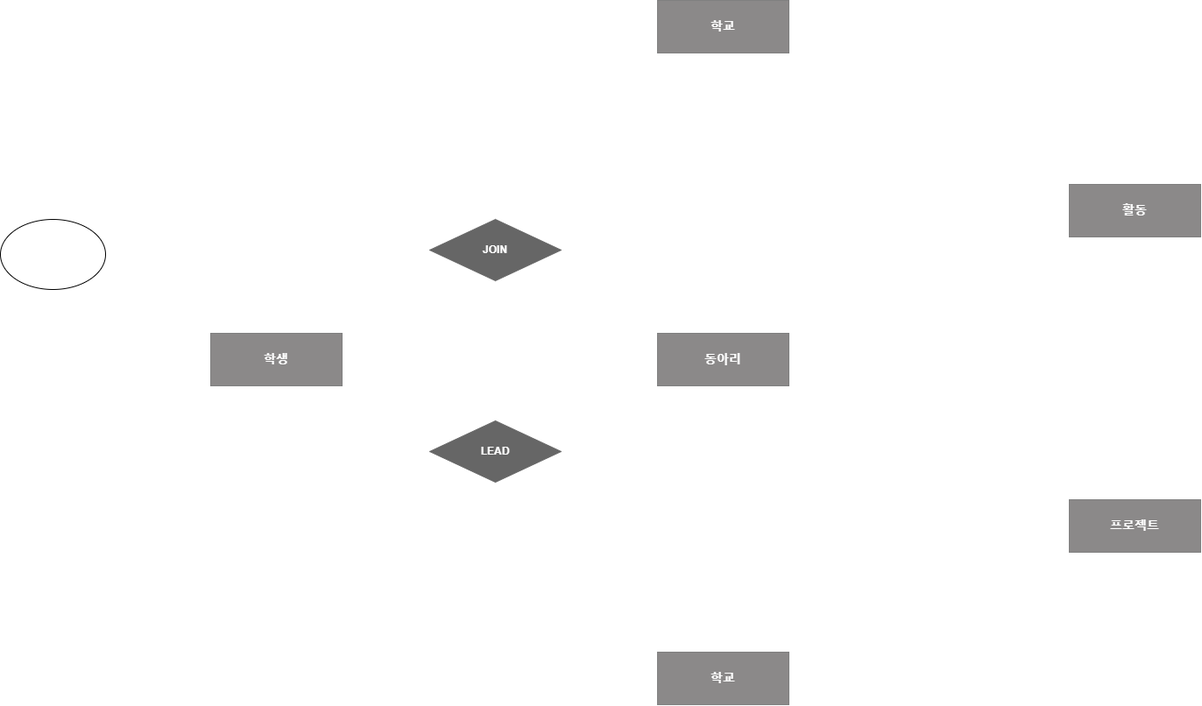
Before: E-R diagram.drawio.png, a diagram exported from draw.io (leekwanhak/UniversityClub_Database). Source tidied: cells renumbered, new cells last; positions are measured from the earlier drawing's top-left corner, leaving out a move shared by most shapes.
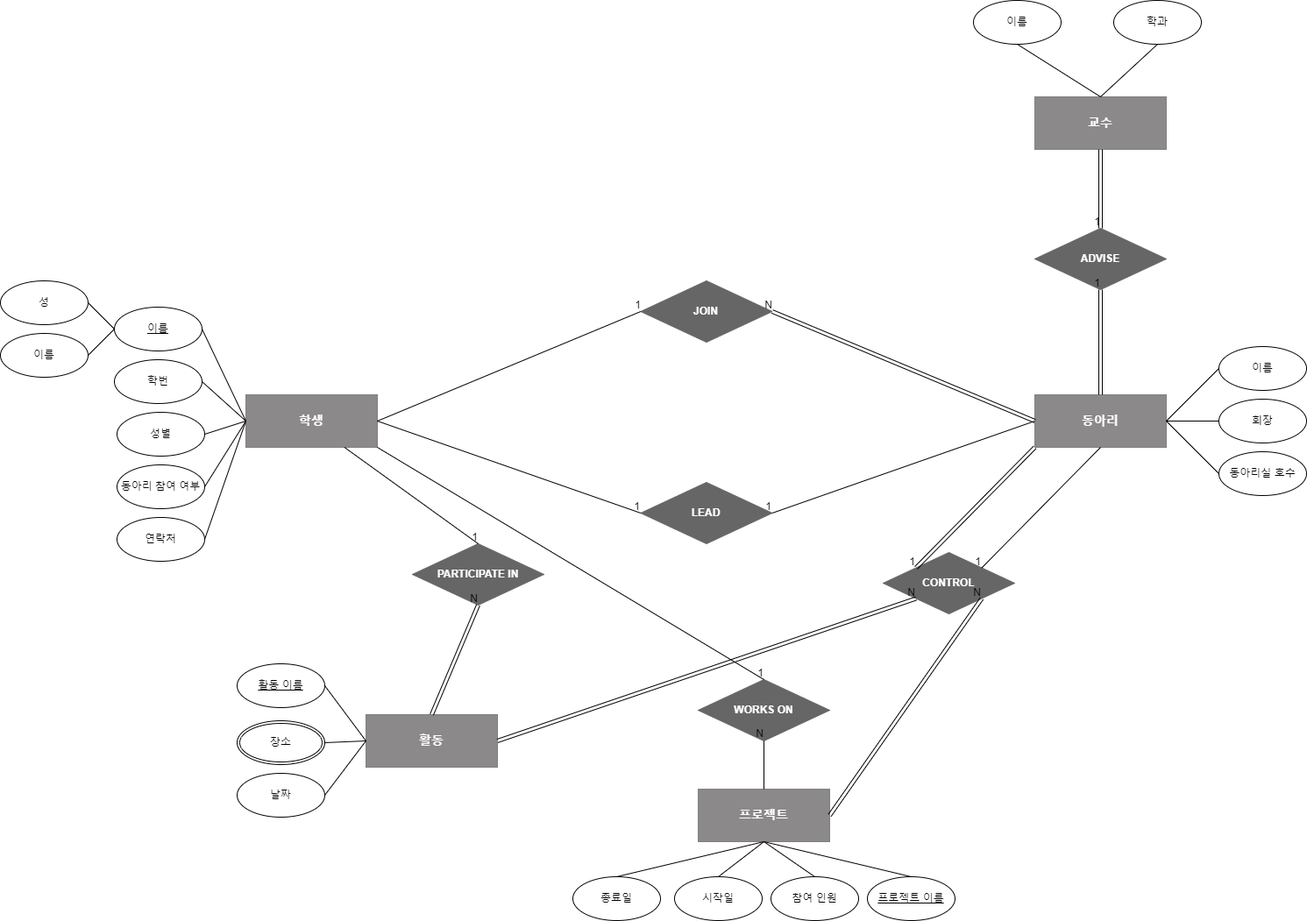
After the change.

The edit, as a diff of the source:
```diff
@@ -6,31 +6,241 @@
       <mxGeometry x="240" y="380" width="150" height="60" as="geometry" />
     </mxCell>
     <mxCell id="3" value="프로젝트" style="rounded=0;whiteSpace=wrap;html=1;fillStyle=auto;fillColor=#8b8989;fontStyle=1;fontSize=14;fontColor=#FFFFFF;strokeColor=#808080;" parent="1" vertex="1">
-      <mxGeometry x="1220" y="570" width="150" height="60" as="geometry" />
+      <mxGeometry x="756" y="830" width="150" height="60" as="geometry" />
     </mxCell>
     <mxCell id="4" value="활동" style="rounded=0;whiteSpace=wrap;html=1;fillStyle=auto;fillColor=#8b8989;fontStyle=1;fontSize=14;fontColor=#FFFFFF;strokeColor=#808080;" parent="1" vertex="1">
-      <mxGeometry x="1220" y="210" width="150" height="60" as="geometry" />
+      <mxGeometry x="377" y="745" width="150" height="60" as="geometry" />
     </mxCell>
     <mxCell id="5" value="동아리" style="rounded=0;whiteSpace=wrap;html=1;fillStyle=auto;fillColor=#8b8989;fontStyle=1;fontSize=14;fontColor=#FFFFFF;strokeColor=#808080;" parent="1" vertex="1">
-      <mxGeometry x="750" y="380" width="150" height="60" as="geometry" />
+      <mxGeometry x="1140" y="380" width="150" height="60" as="geometry" />
     </mxCell>
-    <mxCell id="6" value="학교" style="rounded=0;whiteSpace=wrap;html=1;fillStyle=auto;fillColor=#8b8989;fontStyle=1;fontSize=14;fontColor=#FFFFFF;strokeColor=#808080;" parent="1" vertex="1">
-      <mxGeometry x="750" y="744" width="150" height="60" as="geometry" />
-    </mxCell>
     <mxCell id="7" value="&lt;b&gt;&lt;font style=&quot;font-size: 12px;&quot; color=&quot;#ffffff&quot;&gt;JOIN&lt;/font&gt;&lt;/b&gt;" style="rhombus;whiteSpace=wrap;html=1;fillColor=#666666;strokeColor=#666666;" parent="1" vertex="1">
-      <mxGeometry x="490" y="250" width="150" height="70" as="geometry" />
+      <mxGeometry x="690.4" y="250" width="150" height="70" as="geometry" />
     </mxCell>
     <mxCell id="8" style="edgeStyle=orthogonalEdgeStyle;rounded=0;orthogonalLoop=1;jettySize=auto;html=1;exitX=0.5;exitY=1;exitDx=0;exitDy=0;" parent="1" edge="1" source="7" target="7">
       <mxGeometry relative="1" as="geometry" />
     </mxCell>
     <mxCell id="9" value="&lt;b&gt;&lt;font style=&quot;font-size: 12px;&quot; color=&quot;#ffffff&quot;&gt;LEAD&lt;/font&gt;&lt;/b&gt;" style="rhombus;whiteSpace=wrap;html=1;fillColor=#666666;strokeColor=#666666;" parent="1" vertex="1">
-      <mxGeometry x="490" y="480" width="150" height="70" as="geometry" />
+      <mxGeometry x="690.4" y="480" width="150" height="70" as="geometry" />
     </mxCell>
-    <mxCell id="10" value="학교" style="rounded=0;whiteSpace=wrap;html=1;fillStyle=auto;fillColor=#8b8989;fontStyle=1;fontSize=14;fontColor=#FFFFFF;strokeColor=#808080;" parent="1" vertex="1">
-      <mxGeometry x="750" width="150" height="60" as="geometry" />
+    <mxCell id="10" value="교수" style="rounded=0;whiteSpace=wrap;html=1;fillStyle=auto;fillColor=#8b8989;fontStyle=1;fontSize=14;fontColor=#FFFFFF;strokeColor=#808080;" parent="1" vertex="1">
+      <mxGeometry x="1140" y="40" width="150" height="60" as="geometry" />
     </mxCell>
-    <mxCell id="11" style="ellipse;whiteSpace=wrap;html=1;" parent="1" vertex="1">
-      <mxGeometry y="250" width="120" height="80" as="geometry" />
+    <mxCell id="11" value="학번" style="ellipse;whiteSpace=wrap;html=1;" parent="1" vertex="1">
+      <mxGeometry x="90" y="340" width="100" height="50" as="geometry" />
     </mxCell>
+    <mxCell id="12" value="연락처" style="ellipse;whiteSpace=wrap;html=1;" parent="1" vertex="1">
+      <mxGeometry x="93" y="520" width="100" height="50" as="geometry" />
+    </mxCell>
+    <mxCell id="13" value="성별" style="ellipse;whiteSpace=wrap;html=1;" parent="1" vertex="1">
+      <mxGeometry x="93" y="400" width="100" height="50" as="geometry" />
+    </mxCell>
+    <mxCell id="14" value="동아리 참여 여부" style="ellipse;whiteSpace=wrap;html=1;" parent="1" vertex="1">
+      <mxGeometry x="93" y="460" width="100" height="50" as="geometry" />
+    </mxCell>
+    <mxCell id="15" value="이름" style="ellipse;whiteSpace=wrap;html=1;" parent="1" vertex="1">
+      <mxGeometry x="1350" y="325" width="100" height="50" as="geometry" />
+    </mxCell>
+    <mxCell id="16" value="회장" style="ellipse;whiteSpace=wrap;html=1;" parent="1" vertex="1">
+      <mxGeometry x="1350" y="385" width="100" height="50" as="geometry" />
+    </mxCell>
+    <mxCell id="17" value="동아리실 호수" style="ellipse;whiteSpace=wrap;html=1;" parent="1" vertex="1">
+      <mxGeometry x="1350" y="445" width="100" height="50" as="geometry" />
+    </mxCell>
+    <mxCell id="18" value="참여 인원" style="ellipse;whiteSpace=wrap;html=1;" parent="1" vertex="1">
+      <mxGeometry x="839" y="930" width="100" height="50" as="geometry" />
+    </mxCell>
+    <mxCell id="19" value="시작일" style="ellipse;whiteSpace=wrap;html=1;" parent="1" vertex="1">
+      <mxGeometry x="729" y="930" width="100" height="50" as="geometry" />
+    </mxCell>
+    <mxCell id="20" value="종료일" style="ellipse;whiteSpace=wrap;html=1;" parent="1" vertex="1">
+      <mxGeometry x="613" y="930" width="100" height="50" as="geometry" />
+    </mxCell>
+    <mxCell id="21" value="이름" style="ellipse;whiteSpace=wrap;html=1;" parent="1" vertex="1">
+      <mxGeometry x="1070" y="-70" width="100" height="50" as="geometry" />
+    </mxCell>
+    <mxCell id="22" value="날짜" style="ellipse;whiteSpace=wrap;html=1;" parent="1" vertex="1">
+      <mxGeometry x="230" y="812" width="100" height="50" as="geometry" />
+    </mxCell>
+    <mxCell id="23" value="학과" style="ellipse;whiteSpace=wrap;html=1;" parent="1" vertex="1">
+      <mxGeometry x="1230" y="-70" width="100" height="50" as="geometry" />
+    </mxCell>
+    <mxCell id="24" value="&lt;font color=&quot;#ffffff&quot;&gt;&lt;b&gt;ADVISE&lt;/b&gt;&lt;/font&gt;" style="rhombus;whiteSpace=wrap;html=1;fillColor=#666666;strokeColor=#666666;" parent="1" vertex="1">
+      <mxGeometry x="1140" y="190" width="150" height="70" as="geometry" />
+    </mxCell>
+    <mxCell id="25" value="&lt;font color=&quot;#ffffff&quot;&gt;&lt;b&gt;PARTICIPATE IN&lt;/b&gt;&lt;/font&gt;" style="rhombus;whiteSpace=wrap;html=1;fillColor=#666666;strokeColor=#666666;" parent="1" vertex="1">
+      <mxGeometry x="430" y="550" width="150" height="70" as="geometry" />
+    </mxCell>
+    <mxCell id="26" value="&lt;font color=&quot;#ffffff&quot;&gt;&lt;b&gt;WORKS ON&lt;/b&gt;&lt;/font&gt;" style="rhombus;whiteSpace=wrap;html=1;fillColor=#666666;strokeColor=#666666;" parent="1" vertex="1">
+      <mxGeometry x="756" y="705" width="150" height="70" as="geometry" />
+    </mxCell>
+    <mxCell id="27" value="이름" style="ellipse;whiteSpace=wrap;html=1;align=center;fontStyle=4;" parent="1" vertex="1">
+      <mxGeometry x="90" y="280" width="100" height="50" as="geometry" />
+    </mxCell>
+    <mxCell id="28" value="성" style="ellipse;whiteSpace=wrap;html=1;" parent="1" vertex="1">
+      <mxGeometry x="-40" y="250" width="100" height="50" as="geometry" />
+    </mxCell>
+    <mxCell id="29" value="이름" style="ellipse;whiteSpace=wrap;html=1;" parent="1" vertex="1">
+      <mxGeometry x="-40" y="310" width="100" height="50" as="geometry" />
+    </mxCell>
+    <mxCell id="30" value="장소" style="ellipse;shape=doubleEllipse;margin=3;whiteSpace=wrap;html=1;align=center;" parent="1" vertex="1">
+      <mxGeometry x="230" y="752" width="100" height="50" as="geometry" />
+    </mxCell>
+    <mxCell id="31" style="endArrow=none;html=1;rounded=0;entryX=0;entryY=0.5;entryDx=0;entryDy=0;exitX=1;exitY=0.5;exitDx=0;exitDy=0;" parent="1" edge="1" source="28" target="27">
+      <mxGeometry relative="1" as="geometry" />
+    </mxCell>
+    <mxCell id="32" style="endArrow=none;html=1;rounded=0;entryX=1;entryY=0.5;entryDx=0;entryDy=0;exitX=0;exitY=0.5;exitDx=0;exitDy=0;" parent="1" edge="1" source="27" target="29">
+      <mxGeometry relative="1" as="geometry" />
+    </mxCell>
+    <mxCell id="33" style="endArrow=none;html=1;rounded=0;exitX=1;exitY=0.5;exitDx=0;exitDy=0;entryX=0;entryY=0.5;entryDx=0;entryDy=0;" parent="1" edge="1" source="27" target="2">
+      <mxGeometry relative="1" as="geometry" />
+    </mxCell>
+    <mxCell id="34" style="endArrow=none;html=1;rounded=0;exitX=1;exitY=0.5;exitDx=0;exitDy=0;entryX=0;entryY=0.5;entryDx=0;entryDy=0;" parent="1" edge="1" source="11" target="2">
+      <mxGeometry relative="1" as="geometry" />
+    </mxCell>
+    <mxCell id="35" style="endArrow=none;html=1;rounded=0;exitX=1;exitY=0.5;exitDx=0;exitDy=0;" parent="1" edge="1" source="13">
+      <mxGeometry relative="1" as="geometry">
+        <mxPoint x="240" y="410" as="targetPoint" />
+      </mxGeometry>
+    </mxCell>
+    <mxCell id="36" style="endArrow=none;html=1;rounded=0;exitX=1;exitY=0.5;exitDx=0;exitDy=0;" parent="1" edge="1" source="14">
+      <mxGeometry relative="1" as="geometry">
+        <mxPoint x="240" y="410" as="targetPoint" />
+      </mxGeometry>
+    </mxCell>
+    <mxCell id="37" style="endArrow=none;html=1;rounded=0;exitX=1;exitY=0.5;exitDx=0;exitDy=0;entryX=0;entryY=0.5;entryDx=0;entryDy=0;" parent="1" edge="1" source="12" target="2">
+      <mxGeometry relative="1" as="geometry" />
+    </mxCell>
+    <mxCell id="38" style="endArrow=none;html=1;rounded=0;entryX=0;entryY=0.5;entryDx=0;entryDy=0;exitX=1;exitY=0.5;exitDx=0;exitDy=0;" parent="1" edge="1" source="5" target="15">
+      <mxGeometry relative="1" as="geometry" />
+    </mxCell>
+    <mxCell id="39" style="endArrow=none;html=1;rounded=0;entryX=0;entryY=0.5;entryDx=0;entryDy=0;exitX=1;exitY=0.5;exitDx=0;exitDy=0;" parent="1" edge="1" source="5" target="16">
+      <mxGeometry relative="1" as="geometry" />
+    </mxCell>
+    <mxCell id="40" style="endArrow=none;html=1;rounded=0;entryX=0;entryY=0.5;entryDx=0;entryDy=0;exitX=1;exitY=0.5;exitDx=0;exitDy=0;" parent="1" edge="1" source="5" target="17">
+      <mxGeometry relative="1" as="geometry" />
+    </mxCell>
+    <mxCell id="41" style="endArrow=none;html=1;rounded=0;exitX=1;exitY=0.5;exitDx=0;exitDy=0;entryX=0;entryY=0.5;entryDx=0;entryDy=0;" parent="1" edge="1" source="2" target="7">
+      <mxGeometry relative="1" as="geometry" />
+    </mxCell>
+    <mxCell id="42" value="1" style="html=1;whiteSpace=wrap;align=right;verticalAlign=bottom;" parent="41" vertex="1">
+      <mxGeometry x="1" relative="1" as="geometry" />
+    </mxCell>
+    <mxCell id="43" style="shape=link;html=1;rounded=0;entryX=1;entryY=0.5;entryDx=0;entryDy=0;exitX=0;exitY=0.5;exitDx=0;exitDy=0;" parent="1" edge="1" source="5" target="7">
+      <mxGeometry relative="1" as="geometry" />
+    </mxCell>
+    <mxCell id="44" value="N" style="html=1;whiteSpace=wrap;align=right;verticalAlign=bottom;" parent="43" vertex="1">
+      <mxGeometry x="1" relative="1" as="geometry" />
+    </mxCell>
+    <mxCell id="45" style="endArrow=none;html=1;rounded=0;exitX=1;exitY=0.5;exitDx=0;exitDy=0;entryX=0;entryY=0.5;entryDx=0;entryDy=0;" parent="1" edge="1" source="2" target="9">
+      <mxGeometry relative="1" as="geometry" />
+    </mxCell>
+    <mxCell id="46" value="1" style="html=1;whiteSpace=wrap;align=right;verticalAlign=bottom;" parent="45" vertex="1">
+      <mxGeometry x="1" relative="1" as="geometry" />
+    </mxCell>
+    <mxCell id="47" style="endArrow=none;html=1;rounded=0;exitX=0;exitY=0.5;exitDx=0;exitDy=0;entryX=0;entryY=0.5;entryDx=0;entryDy=0;" parent="1" edge="1" source="5">
+      <mxGeometry relative="1" as="geometry">
+        <mxPoint x="840.4" y="515" as="targetPoint" />
+      </mxGeometry>
+    </mxCell>
+    <mxCell id="48" value="1" style="html=1;whiteSpace=wrap;align=right;verticalAlign=bottom;" parent="47" vertex="1">
+      <mxGeometry x="1" relative="1" as="geometry" />
+    </mxCell>
+    <mxCell id="49" style="shape=link;html=1;rounded=0;exitX=0.5;exitY=1;exitDx=0;exitDy=0;entryX=0.5;entryY=0;entryDx=0;entryDy=0;" parent="1" edge="1" source="10" target="24">
+      <mxGeometry relative="1" as="geometry" />
+    </mxCell>
+    <mxCell id="50" value="1" style="html=1;whiteSpace=wrap;align=right;verticalAlign=bottom;" parent="49" vertex="1">
+      <mxGeometry x="1" relative="1" as="geometry" />
+    </mxCell>
+    <mxCell id="51" style="shape=link;html=1;rounded=0;exitX=0.5;exitY=0;exitDx=0;exitDy=0;entryX=0.5;entryY=1;entryDx=0;entryDy=0;" parent="1" edge="1" source="5" target="24">
+      <mxGeometry relative="1" as="geometry" />
+    </mxCell>
+    <mxCell id="52" value="1" style="html=1;whiteSpace=wrap;align=right;verticalAlign=bottom;" parent="51" vertex="1">
+      <mxGeometry x="1" relative="1" as="geometry" />
+    </mxCell>
+    <mxCell id="53" value="활동 이름" style="ellipse;whiteSpace=wrap;html=1;align=center;fontStyle=4;" parent="1" vertex="1">
+      <mxGeometry x="230" y="687" width="100" height="50" as="geometry" />
+    </mxCell>
+    <mxCell id="54" value="프로젝트 이름" style="ellipse;whiteSpace=wrap;html=1;align=center;fontStyle=4;" parent="1" vertex="1">
+      <mxGeometry x="949" y="930" width="100" height="50" as="geometry" />
+    </mxCell>
+    <mxCell id="55" value="&lt;font color=&quot;#ffffff&quot;&gt;&lt;b&gt;CONTROL&lt;/b&gt;&lt;/font&gt;" style="rhombus;whiteSpace=wrap;html=1;fillColor=#666666;strokeColor=#666666;" parent="1" vertex="1">
+      <mxGeometry x="967" y="560" width="150" height="70" as="geometry" />
+    </mxCell>
+    <mxCell id="56" style="endArrow=none;html=1;rounded=0;exitX=1;exitY=0.5;exitDx=0;exitDy=0;entryX=0;entryY=0.5;entryDx=0;entryDy=0;" parent="1" edge="1" source="53" target="4">
+      <mxGeometry relative="1" as="geometry" />
+    </mxCell>
+    <mxCell id="57" style="endArrow=none;html=1;rounded=0;exitX=1;exitY=0.5;exitDx=0;exitDy=0;entryX=0;entryY=0.5;entryDx=0;entryDy=0;" parent="1" edge="1" source="30" target="4">
+      <mxGeometry relative="1" as="geometry" />
+    </mxCell>
+    <mxCell id="58" style="endArrow=none;html=1;rounded=0;exitX=1;exitY=0.5;exitDx=0;exitDy=0;entryX=0;entryY=0.5;entryDx=0;entryDy=0;" parent="1" edge="1" source="22" target="4">
+      <mxGeometry relative="1" as="geometry" />
+    </mxCell>
+    <mxCell id="59" style="endArrow=none;html=1;rounded=0;exitX=0.5;exitY=0;exitDx=0;exitDy=0;entryX=0.5;entryY=1;entryDx=0;entryDy=0;" parent="1" edge="1" source="20" target="3">
+      <mxGeometry relative="1" as="geometry" />
+    </mxCell>
+    <mxCell id="60" style="endArrow=none;html=1;rounded=0;exitX=0.5;exitY=0;exitDx=0;exitDy=0;entryX=0.5;entryY=1;entryDx=0;entryDy=0;" parent="1" edge="1" source="18" target="3">
+      <mxGeometry relative="1" as="geometry" />
+    </mxCell>
+    <mxCell id="61" style="endArrow=none;html=1;rounded=0;entryX=0.5;entryY=1;entryDx=0;entryDy=0;exitX=0.5;exitY=0;exitDx=0;exitDy=0;" parent="1" edge="1" source="19" target="3">
+      <mxGeometry relative="1" as="geometry" />
+    </mxCell>
+    <mxCell id="62" style="endArrow=none;html=1;rounded=0;entryX=0.5;entryY=1;entryDx=0;entryDy=0;exitX=0.5;exitY=0;exitDx=0;exitDy=0;" parent="1" edge="1" source="54" target="3">
+      <mxGeometry relative="1" as="geometry" />
+    </mxCell>
+    <mxCell id="63" style="endArrow=none;html=1;rounded=0;exitX=0.75;exitY=1;exitDx=0;exitDy=0;entryX=0.5;entryY=0;entryDx=0;entryDy=0;" parent="1" edge="1" source="2" target="25">
+      <mxGeometry relative="1" as="geometry" />
+    </mxCell>
+    <mxCell id="64" value="1" style="html=1;whiteSpace=wrap;align=right;verticalAlign=bottom;" parent="63" vertex="1">
+      <mxGeometry x="1" relative="1" as="geometry" />
+    </mxCell>
+    <mxCell id="65" style="endArrow=none;html=1;rounded=0;entryX=0.5;entryY=0;entryDx=0;entryDy=0;exitX=1;exitY=1;exitDx=0;exitDy=0;" parent="1" edge="1" source="2" target="26">
+      <mxGeometry relative="1" as="geometry" />
+    </mxCell>
+    <mxCell id="66" value="1" style="html=1;whiteSpace=wrap;align=right;verticalAlign=bottom;" parent="65" vertex="1">
+      <mxGeometry x="1" relative="1" as="geometry" />
+    </mxCell>
+    <mxCell id="67" style="shape=link;html=1;rounded=0;exitX=0.5;exitY=0;exitDx=0;exitDy=0;entryX=0.5;entryY=1;entryDx=0;entryDy=0;" parent="1" edge="1" source="4" target="25">
+      <mxGeometry relative="1" as="geometry" />
+    </mxCell>
+    <mxCell id="68" value="N" style="html=1;whiteSpace=wrap;align=right;verticalAlign=bottom;" parent="67" vertex="1">
+      <mxGeometry x="1" relative="1" as="geometry" />
+    </mxCell>
+    <mxCell id="69" style="endArrow=none;html=1;rounded=0;exitX=0.5;exitY=0;exitDx=0;exitDy=0;entryX=0.5;entryY=1;entryDx=0;entryDy=0;" parent="1" edge="1" source="3" target="26">
+      <mxGeometry relative="1" as="geometry" />
+    </mxCell>
+    <mxCell id="70" value="N" style="html=1;whiteSpace=wrap;align=right;verticalAlign=bottom;" parent="69" vertex="1">
+      <mxGeometry x="1" relative="1" as="geometry" />
+    </mxCell>
+    <mxCell id="71" style="endArrow=none;html=1;rounded=0;exitX=0.5;exitY=1;exitDx=0;exitDy=0;entryX=1;entryY=0;entryDx=0;entryDy=0;" parent="1" edge="1" source="5" target="55">
+      <mxGeometry relative="1" as="geometry" />
+    </mxCell>
+    <mxCell id="72" value="1" style="html=1;whiteSpace=wrap;align=right;verticalAlign=bottom;" parent="71" vertex="1">
+      <mxGeometry x="1" relative="1" as="geometry" />
+    </mxCell>
+    <mxCell id="73" style="shape=link;html=1;rounded=0;exitX=0;exitY=1;exitDx=0;exitDy=0;entryX=0;entryY=0;entryDx=0;entryDy=0;" parent="1" edge="1" source="5" target="55">
+      <mxGeometry relative="1" as="geometry" />
+    </mxCell>
+    <mxCell id="74" value="1" style="html=1;whiteSpace=wrap;align=right;verticalAlign=bottom;" parent="73" vertex="1">
+      <mxGeometry x="1" relative="1" as="geometry" />
+    </mxCell>
+    <mxCell id="75" style="shape=link;html=1;rounded=0;entryX=0;entryY=1;entryDx=0;entryDy=0;exitX=1;exitY=0.5;exitDx=0;exitDy=0;" parent="1" edge="1" source="4" target="55">
+      <mxGeometry relative="1" as="geometry" />
+    </mxCell>
+    <mxCell id="76" value="N" style="html=1;whiteSpace=wrap;align=right;verticalAlign=bottom;" parent="75" vertex="1">
+      <mxGeometry x="1" relative="1" as="geometry" />
+    </mxCell>
+    <mxCell id="77" style="shape=link;html=1;rounded=0;entryX=1;entryY=1;entryDx=0;entryDy=0;exitX=1;exitY=0.5;exitDx=0;exitDy=0;" parent="1" edge="1" source="3" target="55">
+      <mxGeometry relative="1" as="geometry" />
+    </mxCell>
+    <mxCell id="78" value="N" style="html=1;whiteSpace=wrap;align=right;verticalAlign=bottom;" parent="77" vertex="1">
+      <mxGeometry x="1" relative="1" as="geometry" />
+    </mxCell>
+    <mxCell id="79" style="endArrow=none;html=1;rounded=0;entryX=0.5;entryY=0;entryDx=0;entryDy=0;exitX=0.5;exitY=1;exitDx=0;exitDy=0;" parent="1" edge="1" source="21" target="10">
+      <mxGeometry relative="1" as="geometry" />
+    </mxCell>
+    <mxCell id="80" style="endArrow=none;html=1;rounded=0;entryX=0.5;entryY=0;entryDx=0;entryDy=0;exitX=0.5;exitY=1;exitDx=0;exitDy=0;" parent="1" edge="1" source="23" target="10">
+      <mxGeometry relative="1" as="geometry" />
+    </mxCell>
   </root>
 </mxGraphModel>
```
